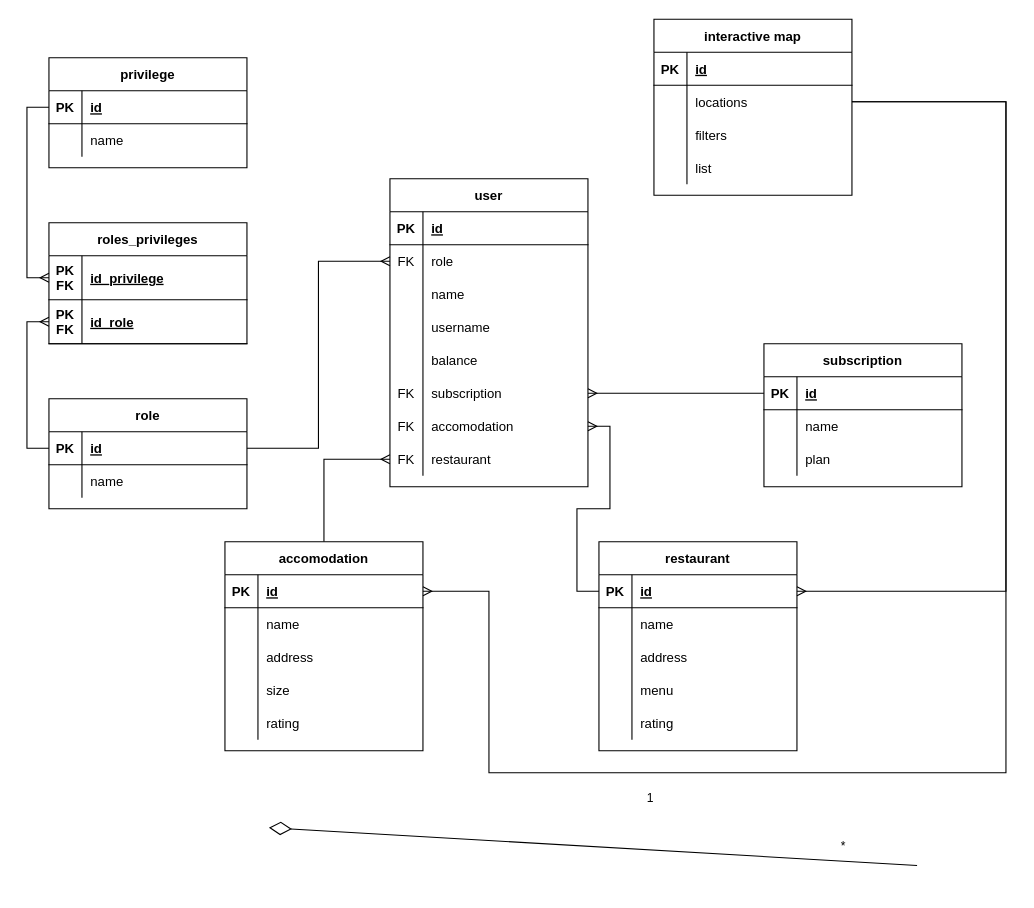
Earlier version of the draw.io diagram 2-SoftwareDesign/2.3-DataModel/dbDiagram.drawio (oleksandrblazhko/ai204-kolesnik). Source tidied: cells renumbered, new cells numbered last; positions are measured from the earlier drawing's top-left corner, leaving out a move shared by most shapes. Both pictures are drawn from the tidied source at 110%, with x=0, y=0 at pixel (48, 19).
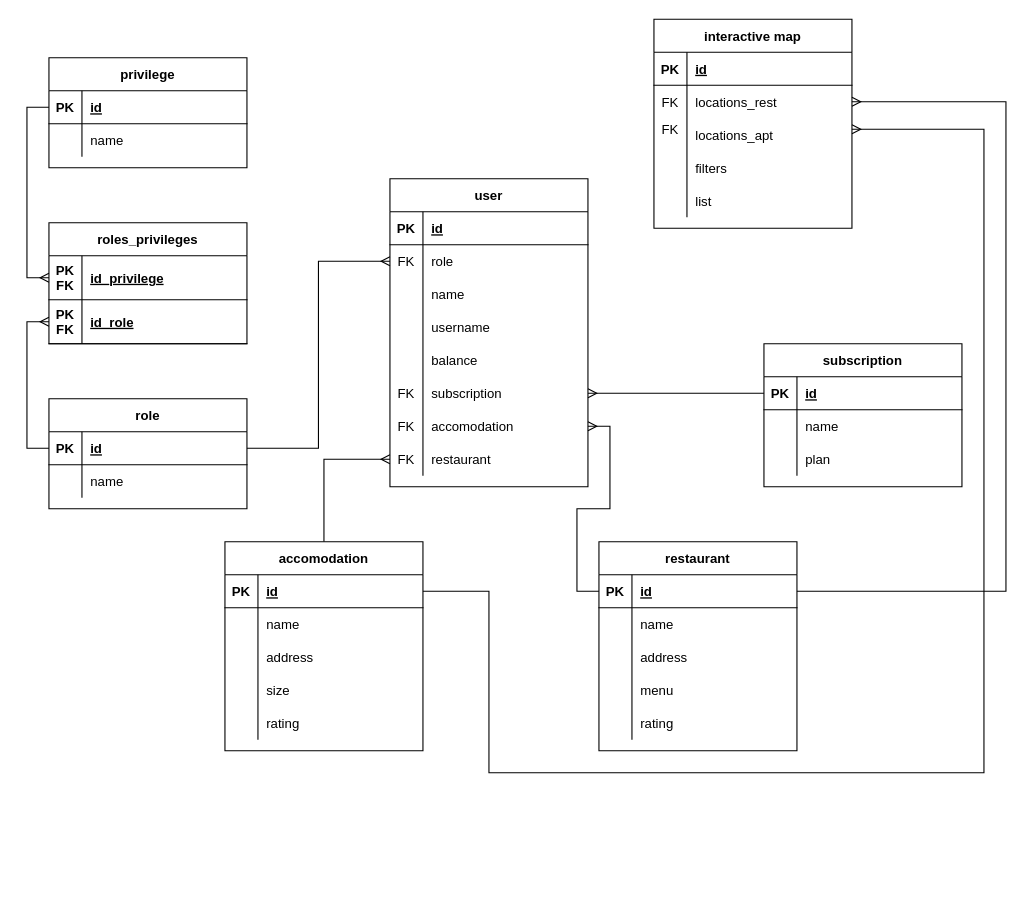
The same page after the edit.

Commit message (it also covers changes not shown here):
lab 5 db diagrams fixed

The change refers to these unchanged cells:
```xml
<mxCell id="66" style="shape=tableRow;horizontal=0;startSize=0;swimlaneHead=0;swimlaneBody=0;fillColor=none;points=[[0,0.5],[1,0.5]];portConstraint=eastwest;top=0;left=0;right=0;bottom=1;" parent="65" vertex="1">
  <mxGeometry y="30" width="180" height="30" as="geometry" />
</mxCell>
<mxCell id="83" style="shape=tableRow;horizontal=0;startSize=0;swimlaneHead=0;swimlaneBody=0;fillColor=none;points=[[0,0.5],[1,0.5]];portConstraint=eastwest;top=0;left=0;right=0;bottom=1;" parent="82" vertex="1">
  <mxGeometry y="30" width="180" height="30" as="geometry" />
</mxCell>
<mxCell id="103" style="shape=tableRow;horizontal=0;startSize=0;swimlaneHead=0;swimlaneBody=0;fillColor=none;points=[[0,0.5],[1,0.5]];portConstraint=eastwest;top=0;left=0;right=0;bottom=0;" parent="99" vertex="1">
  <mxGeometry y="60" width="180" height="30" as="geometry" />
</mxCell>
```

What changed in the source:
```diff
@@
-    <mxCell id="2" style="endArrow=none;html=1;endSize=12;startArrow=diamondThin;startSize=18;startFill=0;exitX=1;exitY=0.5;exitDx=0;exitDy=0;entryX=-0.006;entryY=-0.067;entryDx=0;entryDy=0;entryPerimeter=0;" parent="1" edge="1">
-      <mxGeometry relative="1" as="geometry">
-        <mxPoint x="200" y="735" as="sourcePoint" />
-        <mxPoint x="789.2" y="769.3" as="targetPoint" />
-      </mxGeometry>
-    </mxCell>
-    <mxCell id="3" value="1" style="edgeLabel;html=1;align=right;verticalAlign=top;" parent="2" vertex="1">
-      <mxGeometry x="1" relative="1" as="geometry">
-        <mxPoint x="-239" y="-74" as="offset" />
-      </mxGeometry>
-    </mxCell>
-    <mxCell id="4" value="*" style="edgeLabel;html=1;align=center;verticalAlign=middle;" parent="2" vertex="1">
-      <mxGeometry x="0.76" y="5" relative="1" as="geometry">
-        <mxPoint x="3" y="-9" as="offset" />
-      </mxGeometry>
-    </mxCell>
@@
     <mxCell id="99" value="interactive map" style="shape=table;startSize=30;childLayout=tableLayout;rowLines=0;fontStyle=1;align=center;" parent="1" vertex="1">
-      <mxGeometry x="550" width="180" height="160" as="geometry" />
+      <mxGeometry x="550" width="180" height="190" as="geometry" />
     </mxCell>
@@
-    <mxCell id="104" style="shape=partialRectangle;fillColor=none;top=0;left=0;bottom=0;right=0;overflow=hidden;" parent="103" vertex="1">
+    <mxCell id="104" value="FK" style="shape=partialRectangle;fillColor=none;top=0;left=0;bottom=0;right=0;overflow=hidden;" parent="103" vertex="1">
       <mxGeometry width="30" height="30" as="geometry" />
     </mxCell>
-    <mxCell id="105" value="locations" style="shape=partialRectangle;fillColor=none;top=0;left=0;bottom=0;right=0;align=left;spacingLeft=6;overflow=hidden;" parent="103" vertex="1">
+    <mxCell id="105" value="locations_rest" style="shape=partialRectangle;fillColor=none;top=0;left=0;bottom=0;right=0;align=left;spacingLeft=6;overflow=hidden;" parent="103" vertex="1">
       <mxGeometry x="30" width="150" height="30" as="geometry" />
     </mxCell>
+    <mxCell id="114" style="shape=tableRow;horizontal=0;startSize=0;swimlaneHead=0;swimlaneBody=0;fillColor=none;top=0;left=0;right=0;bottom=0;" parent="99" vertex="1">
+      <mxGeometry y="90" width="180" height="30" as="geometry" />
+    </mxCell>
+    <mxCell id="115" style="shape=partialRectangle;fillColor=none;top=0;left=0;bottom=0;right=0;overflow=hidden;" parent="114" vertex="1">
+      <mxGeometry width="30" height="30" as="geometry" />
+    </mxCell>
+    <mxCell id="116" value="locations_apt" style="shape=partialRectangle;fillColor=none;top=0;left=0;bottom=0;right=0;align=left;spacingLeft=6;overflow=hidden;" parent="114" vertex="1">
+      <mxGeometry x="30" width="150" height="30" as="geometry" />
+    </mxCell>
     <mxCell id="106" style="shape=tableRow;horizontal=0;startSize=0;swimlaneHead=0;swimlaneBody=0;fillColor=none;top=0;left=0;right=0;bottom=0;" parent="99" vertex="1">
-      <mxGeometry y="90" width="180" height="30" as="geometry" />
+      <mxGeometry y="120" width="180" height="30" as="geometry" />
     </mxCell>
@@
     <mxCell id="109" style="shape=tableRow;horizontal=0;startSize=0;swimlaneHead=0;swimlaneBody=0;fillColor=none;top=0;left=0;right=0;bottom=0;" parent="99" vertex="1">
-      <mxGeometry y="120" width="180" height="30" as="geometry" />
+      <mxGeometry y="150" width="180" height="30" as="geometry" />
     </mxCell>
@@
+    <mxCell id="117" style="shape=tableRow;horizontal=0;startSize=0;swimlaneHead=0;swimlaneBody=0;fillColor=none;points=[[0,0.5],[1,0.5]];portConstraint=eastwest;top=0;left=0;right=0;bottom=0;" parent="1" vertex="1">
+      <mxGeometry x="550" y="85" width="180" height="30" as="geometry" />
+    </mxCell>
+    <mxCell id="118" value="FK" style="shape=partialRectangle;fillColor=none;top=0;left=0;bottom=0;right=0;overflow=hidden;" parent="117" vertex="1">
+      <mxGeometry width="30" height="30" as="geometry" />
+    </mxCell>
+    <mxCell id="113" style="edgeStyle=orthogonalEdgeStyle;rounded=0;jettySize=auto;html=1;exitX=1;exitY=0.5;exitDx=0;exitDy=0;entryX=1;entryY=0.5;entryDx=0;entryDy=0;strokeColor=default;endArrow=ERmany;endFill=0;" parent="1" edge="1" source="83" target="117">
+      <mxGeometry relative="1" as="geometry">
+        <Array as="points">
+          <mxPoint x="400" y="520" />
+          <mxPoint x="400" y="685" />
+          <mxPoint x="850" y="685" />
+          <mxPoint x="850" y="100" />
+        </Array>
+      </mxGeometry>
+    </mxCell>
-    <mxCell id="112" style="edgeStyle=orthogonalEdgeStyle;rounded=0;jettySize=auto;html=1;exitX=1;exitY=0.5;exitDx=0;exitDy=0;entryX=1;entryY=0.5;entryDx=0;entryDy=0;strokeColor=default;endArrow=ERmany;endFill=0;" parent="1" edge="1" source="103" target="66">
+    <mxCell id="112" style="edgeStyle=orthogonalEdgeStyle;rounded=0;jettySize=auto;html=1;exitX=1;exitY=0.5;exitDx=0;exitDy=0;entryX=1;entryY=0.5;entryDx=0;entryDy=0;strokeColor=default;endArrow=ERmany;endFill=0;" parent="1" edge="1" source="66" target="103">
       <mxGeometry relative="1" as="geometry">
         <Array as="points">
+          <mxPoint x="870" y="520" />
           <mxPoint x="870" y="75" />
-          <mxPoint x="870" y="520" />
         </Array>
       </mxGeometry>
     </mxCell>
-    <mxCell id="113" style="edgeStyle=orthogonalEdgeStyle;rounded=0;jettySize=auto;html=1;exitX=1;exitY=0.5;exitDx=0;exitDy=0;entryX=1;entryY=0.5;entryDx=0;entryDy=0;strokeColor=default;endArrow=ERmany;endFill=0;" parent="1" edge="1" source="103" target="83">
-      <mxGeometry relative="1" as="geometry">
-        <Array as="points">
-          <mxPoint x="870" y="75" />
-          <mxPoint x="870" y="685" />
-          <mxPoint x="400" y="685" />
-          <mxPoint x="400" y="520" />
-        </Array>
-      </mxGeometry>
-    </mxCell>
```
